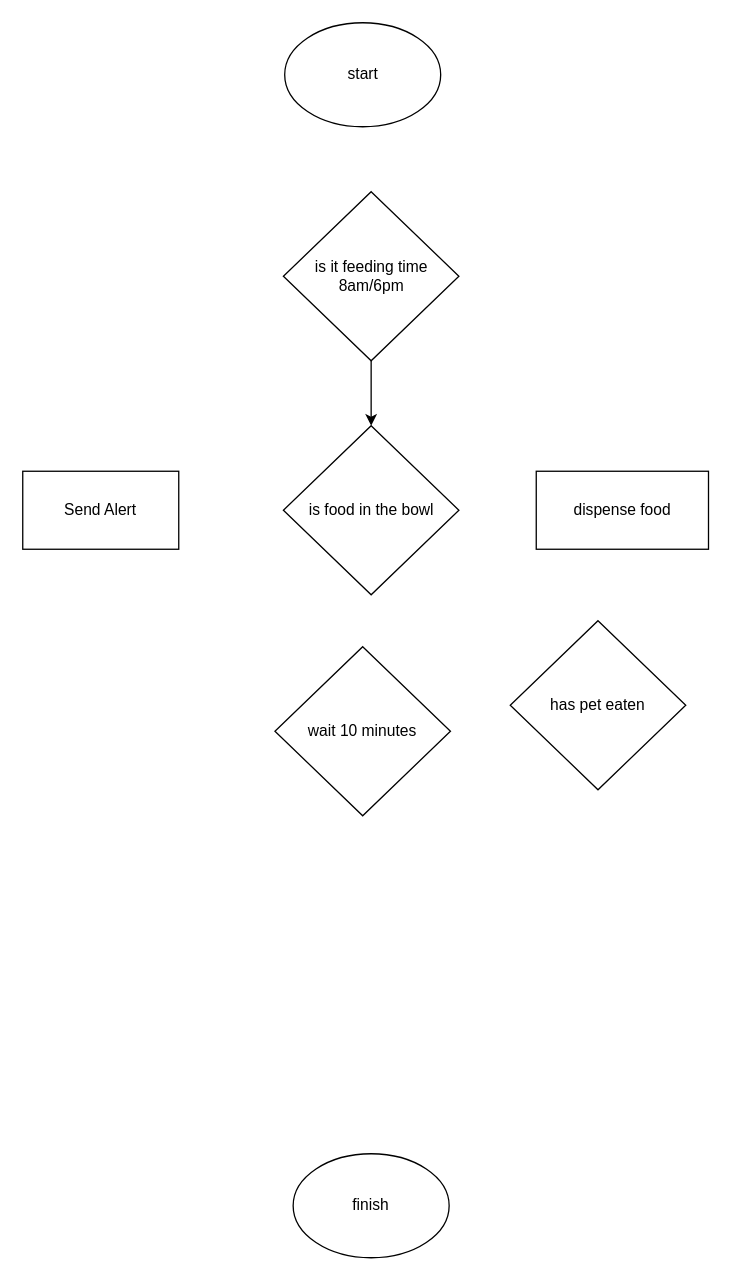
Above: PetFeeder.drawio in Hay1eyS/IntroductiontoIT (draw.io), before the change. Source tidied: cells renumbered, new cells numbered last; positions are measured from the earlier drawing's top-left corner, leaving out a move shared by most shapes. Both pictures are drawn from the tidied source at 130%, with x=0, y=0 at pixel (22, 22).
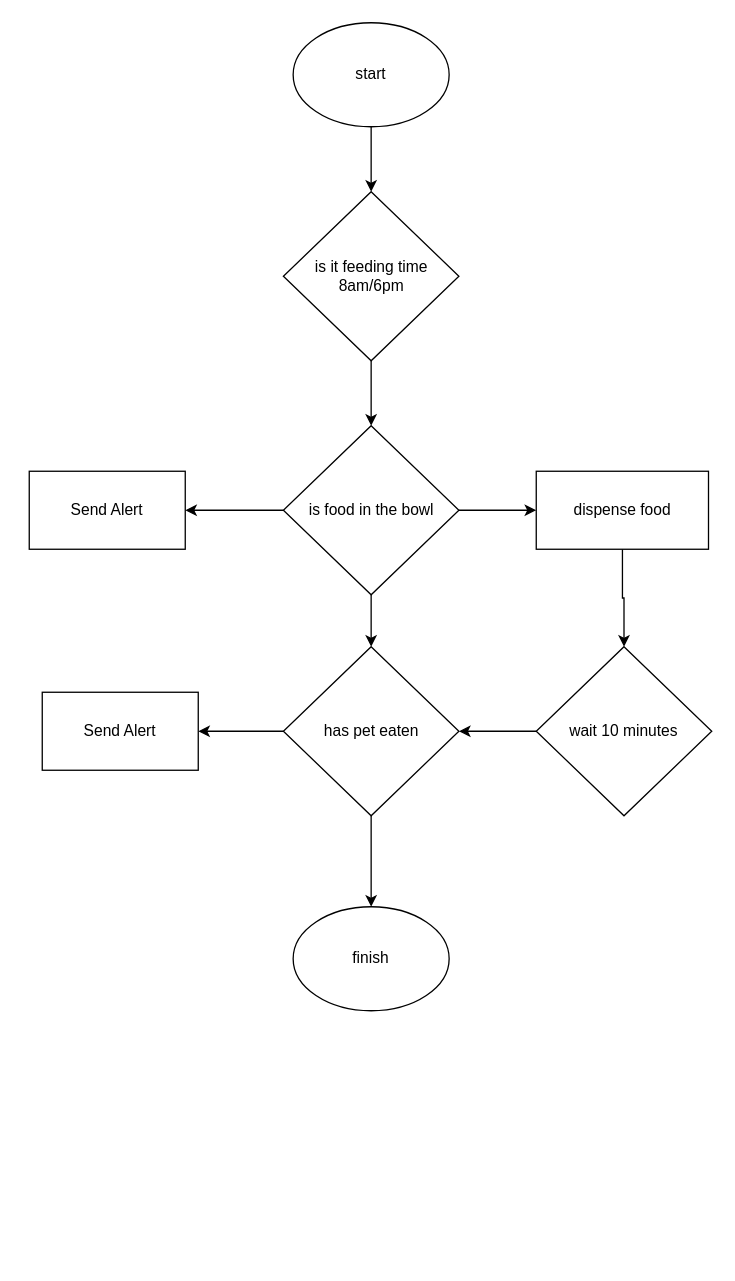
After the change.

The edit, as a diff of the source:
```diff
@@
 <mxGraphModel>
   <root>
     <mxCell id="0" />
     <mxCell id="1" parent="0" />
+    <mxCell id="11" style="edgeStyle=orthogonalEdgeStyle;rounded=0;jettySize=auto;html=1;" parent="1" edge="1" source="2" target="7">
+      <mxGeometry relative="1" as="geometry" />
+    </mxCell>
     <mxCell id="2" value="start" style="ellipse;whiteSpace=wrap;html=1;" parent="1" vertex="1">
-      <mxGeometry x="201.5" width="120" height="80" as="geometry" />
+      <mxGeometry x="208" width="120" height="80" as="geometry" />
     </mxCell>
     <mxCell id="3" value="finish" style="ellipse;whiteSpace=wrap;html=1;" parent="1" vertex="1">
-      <mxGeometry x="208" y="870" width="120" height="80" as="geometry" />
+      <mxGeometry x="208" y="680" width="120" height="80" as="geometry" />
     </mxCell>
+    <mxCell id="12" style="edgeStyle=orthogonalEdgeStyle;rounded=0;jettySize=auto;html=1;" parent="1" edge="1" source="4" target="9">
+      <mxGeometry relative="1" as="geometry" />
+    </mxCell>
+    <mxCell id="13" style="edgeStyle=orthogonalEdgeStyle;rounded=0;jettySize=auto;html=1;" parent="1" edge="1" source="4" target="5">
+      <mxGeometry relative="1" as="geometry" />
+    </mxCell>
+    <mxCell id="14" style="edgeStyle=orthogonalEdgeStyle;rounded=0;jettySize=auto;html=1;" parent="1" edge="1" source="4" target="8">
+      <mxGeometry relative="1" as="geometry" />
+    </mxCell>
     <mxCell id="4" value="is food in the bowl" style="rhombus;whiteSpace=wrap;html=1;" parent="1" vertex="1">
       <mxGeometry x="200.5" y="310" width="135" height="130" as="geometry" />
     </mxCell>
+    <mxCell id="15" style="edgeStyle=orthogonalEdgeStyle;rounded=0;jettySize=auto;html=1;" parent="1" edge="1" source="5" target="10">
+      <mxGeometry relative="1" as="geometry" />
+    </mxCell>
     <mxCell id="5" value="dispense food" style="rounded=0;whiteSpace=wrap;html=1;" parent="1" vertex="1">
       <mxGeometry x="395" y="345" width="132.5" height="60" as="geometry" />
     </mxCell>
     <mxCell id="6" style="edgeStyle=orthogonalEdgeStyle;rounded=0;jettySize=auto;html=1;" parent="1" edge="1" source="7" target="4">
       <mxGeometry relative="1" as="geometry" />
     </mxCell>
     <mxCell id="7" value="is it feeding time 8am/6pm" style="rhombus;whiteSpace=wrap;html=1;" parent="1" vertex="1">
       <mxGeometry x="200.5" y="130" width="135" height="130" as="geometry" />
     </mxCell>
     <mxCell id="8" value="Send Alert" style="rounded=0;whiteSpace=wrap;html=1;" parent="1" vertex="1">
-      <mxGeometry y="345" width="120" height="60" as="geometry" />
+      <mxGeometry x="5" y="345" width="120" height="60" as="geometry" />
     </mxCell>
+    <mxCell id="16" style="edgeStyle=orthogonalEdgeStyle;rounded=0;jettySize=auto;html=1;" parent="1" edge="1" source="9" target="19">
+      <mxGeometry relative="1" as="geometry" />
+    </mxCell>
+    <mxCell id="17" style="edgeStyle=orthogonalEdgeStyle;rounded=0;jettySize=auto;html=1;" parent="1" edge="1" source="9" target="3">
+      <mxGeometry relative="1" as="geometry" />
+    </mxCell>
     <mxCell id="9" value="has pet eaten" style="rhombus;whiteSpace=wrap;html=1;" parent="1" vertex="1">
-      <mxGeometry x="375" y="460" width="135" height="130" as="geometry" />
+      <mxGeometry x="200.5" y="480" width="135" height="130" as="geometry" />
     </mxCell>
+    <mxCell id="18" style="edgeStyle=orthogonalEdgeStyle;rounded=0;jettySize=auto;html=1;" parent="1" edge="1" source="10" target="9">
+      <mxGeometry relative="1" as="geometry" />
+    </mxCell>
     <mxCell id="10" value="wait 10 minutes" style="rhombus;whiteSpace=wrap;html=1;" parent="1" vertex="1">
-      <mxGeometry x="194" y="480" width="135" height="130" as="geometry" />
+      <mxGeometry x="395" y="480" width="135" height="130" as="geometry" />
     </mxCell>
+    <mxCell id="19" value="Send Alert" style="rounded=0;whiteSpace=wrap;html=1;" parent="1" vertex="1">
+      <mxGeometry x="15" y="515" width="120" height="60" as="geometry" />
+    </mxCell>
   </root>
 </mxGraphModel>
```
